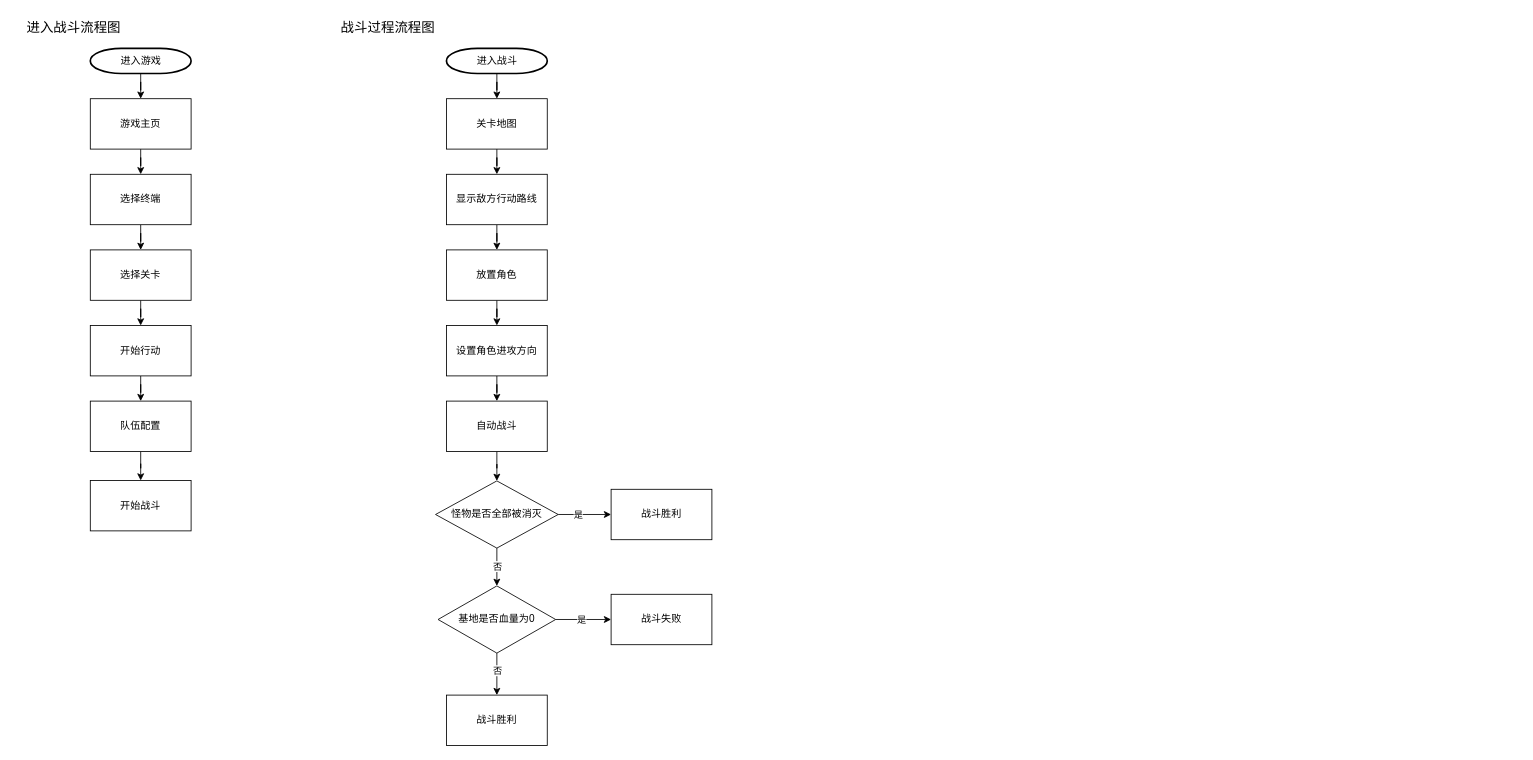
This is page "明日方舟" (2 of 2) of 流程图.drawio from MY-EDOG/MyRepository, a draw.io file, before an edit. Source tidied: cells renumbered, new cells numbered last; positions are measured from the earlier drawing's top-left corner, leaving out a move shared by most shapes. Both pictures are drawn from the tidied source at 84%, with x=0, y=0 at pixel (14, 14).
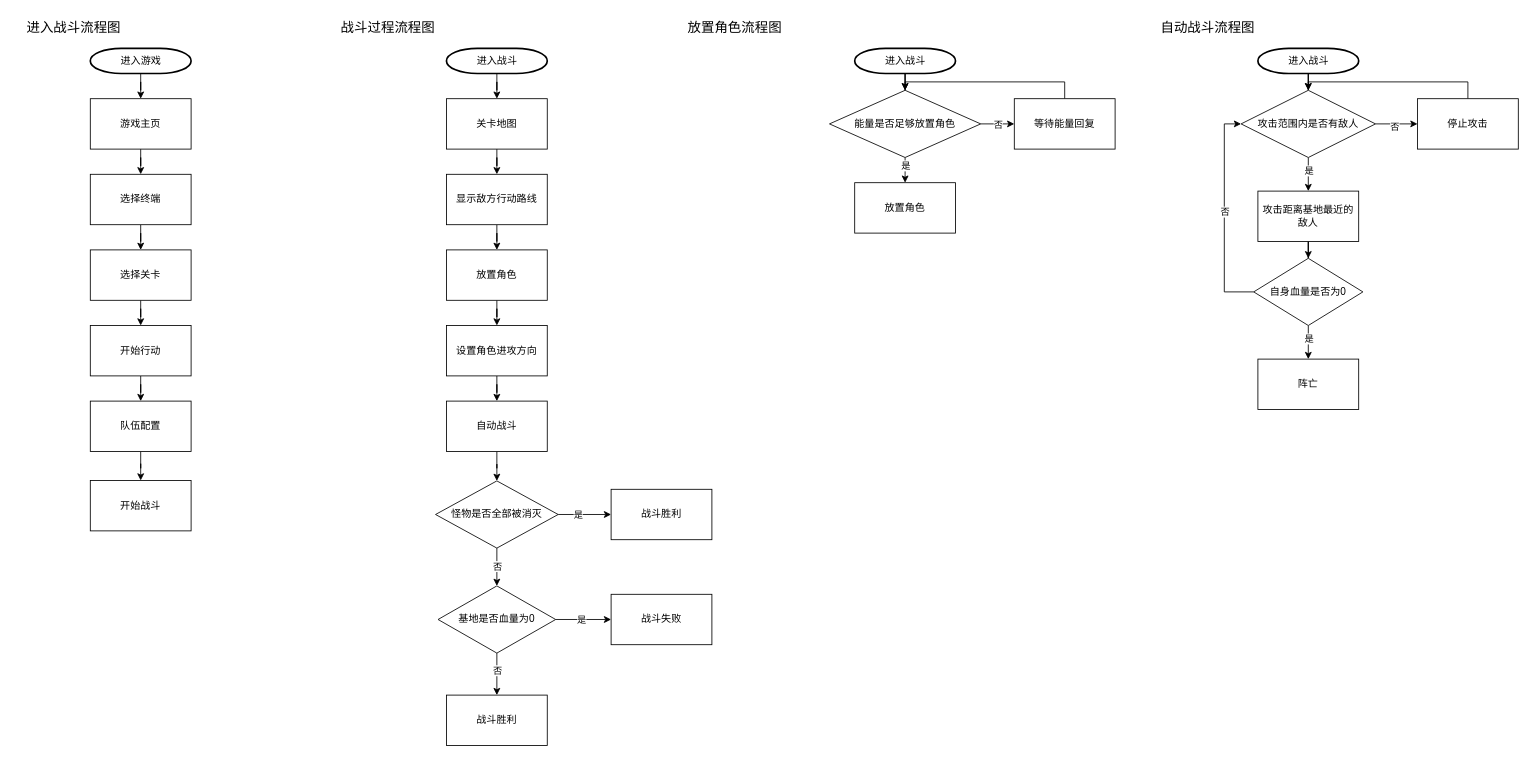
After the change.

Change to the diagram source:
```diff
@@
+    <mxCell id="42" value="放置角色流程图" style="text;html=1;align=center;verticalAlign=middle;strokeColor=none;fillColor=none;fontSize=16;" parent="1" vertex="1">
+      <mxGeometry x="787" width="140" height="30" as="geometry" />
+    </mxCell>
+    <mxCell id="43" style="edgeStyle=orthogonalEdgeStyle;rounded=0;jettySize=auto;html=1;entryX=0.5;entryY=0;entryDx=0;entryDy=0;" parent="1" edge="1" source="44" target="49">
+      <mxGeometry relative="1" as="geometry" />
+    </mxCell>
+    <mxCell id="44" value="进入战斗" style="shape=mxgraph.flowchart.terminator;strokeWidth=2;gradientColor=none;gradientDirection=north;fontStyle=0;html=1;" parent="1" vertex="1">
+      <mxGeometry x="1000" y="40" width="120" height="30" as="geometry" />
+    </mxCell>
+    <mxCell id="45" style="edgeStyle=orthogonalEdgeStyle;rounded=0;jettySize=auto;html=1;entryX=0;entryY=0.5;entryDx=0;entryDy=0;" parent="1" edge="1" source="49" target="51">
+      <mxGeometry relative="1" as="geometry" />
+    </mxCell>
+    <mxCell id="46" value="否" style="edgeLabel;html=1;align=center;verticalAlign=middle;" parent="45" vertex="1">
+      <mxGeometry x="-0.02" relative="1" as="geometry" />
+    </mxCell>
+    <mxCell id="47" style="edgeStyle=orthogonalEdgeStyle;rounded=0;jettySize=auto;html=1;" parent="1" edge="1" source="49">
+      <mxGeometry relative="1" as="geometry">
+        <mxPoint x="1060" y="200" as="targetPoint" />
+      </mxGeometry>
+    </mxCell>
+    <mxCell id="48" value="是" style="edgeLabel;html=1;align=center;verticalAlign=middle;" parent="47" vertex="1">
+      <mxGeometry x="-0.42" relative="1" as="geometry" />
+    </mxCell>
+    <mxCell id="49" value="能量是否足够放置角色" style="rhombus;whiteSpace=wrap;html=1;" parent="1" vertex="1">
+      <mxGeometry x="970" y="90" width="180" height="80" as="geometry" />
+    </mxCell>
+    <mxCell id="50" style="edgeStyle=orthogonalEdgeStyle;rounded=0;jettySize=auto;html=1;entryX=0.5;entryY=0;entryDx=0;entryDy=0;" parent="1" edge="1" source="51" target="49">
+      <mxGeometry relative="1" as="geometry">
+        <Array as="points">
+          <mxPoint x="1250" y="80" />
+          <mxPoint x="1060" y="80" />
+        </Array>
+      </mxGeometry>
+    </mxCell>
+    <mxCell id="51" value="等待能量回复" style="whiteSpace=wrap;html=1;" parent="1" vertex="1">
+      <mxGeometry x="1190" y="100" width="120" height="60" as="geometry" />
+    </mxCell>
+    <mxCell id="52" value="放置角色" style="whiteSpace=wrap;html=1;" parent="1" vertex="1">
+      <mxGeometry x="1000" y="200" width="120" height="60" as="geometry" />
+    </mxCell>
+    <mxCell id="53" value="自动战斗流程图" style="text;html=1;align=center;verticalAlign=middle;strokeColor=none;fillColor=none;fontSize=16;" parent="1" vertex="1">
+      <mxGeometry x="1350" width="140" height="30" as="geometry" />
+    </mxCell>
+    <mxCell id="54" style="edgeStyle=orthogonalEdgeStyle;rounded=0;jettySize=auto;html=1;entryX=0.5;entryY=0;entryDx=0;entryDy=0;" parent="1" edge="1" source="55" target="60">
+      <mxGeometry relative="1" as="geometry" />
+    </mxCell>
+    <mxCell id="55" value="进入战斗" style="shape=mxgraph.flowchart.terminator;strokeWidth=2;gradientColor=none;gradientDirection=north;fontStyle=0;html=1;" parent="1" vertex="1">
+      <mxGeometry x="1480" y="40" width="120" height="30" as="geometry" />
+    </mxCell>
+    <mxCell id="56" style="edgeStyle=orthogonalEdgeStyle;rounded=0;jettySize=auto;html=1;" parent="1" edge="1" source="60">
+      <mxGeometry relative="1" as="geometry">
+        <mxPoint x="1670" y="130" as="targetPoint" />
+      </mxGeometry>
+    </mxCell>
+    <mxCell id="57" value="否" style="edgeLabel;html=1;align=center;verticalAlign=middle;" parent="56" vertex="1">
+      <mxGeometry x="-0.14" y="-3" relative="1" as="geometry" />
+    </mxCell>
+    <mxCell id="58" style="edgeStyle=orthogonalEdgeStyle;rounded=0;jettySize=auto;html=1;entryX=0.5;entryY=0;entryDx=0;entryDy=0;" parent="1" edge="1" source="60" target="64">
+      <mxGeometry relative="1" as="geometry" />
+    </mxCell>
+    <mxCell id="59" value="是" style="edgeLabel;html=1;align=center;verticalAlign=middle;" parent="58" vertex="1">
+      <mxGeometry x="-0.07" y="3" relative="1" as="geometry">
+        <mxPoint x="-3" y="-4" as="offset" />
+      </mxGeometry>
+    </mxCell>
+    <mxCell id="60" value="攻击范围内是否有敌人" style="rhombus;whiteSpace=wrap;html=1;" parent="1" vertex="1">
+      <mxGeometry x="1460" y="90" width="160" height="80" as="geometry" />
+    </mxCell>
+    <mxCell id="61" style="edgeStyle=orthogonalEdgeStyle;rounded=0;jettySize=auto;html=1;entryX=0.5;entryY=0;entryDx=0;entryDy=0;" parent="1" edge="1" source="62" target="60">
+      <mxGeometry relative="1" as="geometry">
+        <Array as="points">
+          <mxPoint x="1730" y="80" />
+          <mxPoint x="1540" y="80" />
+        </Array>
+      </mxGeometry>
+    </mxCell>
+    <mxCell id="62" value="停止攻击" style="whiteSpace=wrap;html=1;" parent="1" vertex="1">
+      <mxGeometry x="1670" y="100" width="120" height="60" as="geometry" />
+    </mxCell>
+    <mxCell id="63" style="edgeStyle=orthogonalEdgeStyle;rounded=0;jettySize=auto;html=1;entryX=0.5;entryY=0;entryDx=0;entryDy=0;" parent="1" edge="1" source="64" target="69">
+      <mxGeometry relative="1" as="geometry" />
+    </mxCell>
+    <mxCell id="64" value="攻击距离基地最近的敌人" style="whiteSpace=wrap;html=1;" parent="1" vertex="1">
+      <mxGeometry x="1480" y="210" width="120" height="60" as="geometry" />
+    </mxCell>
+    <mxCell id="65" style="edgeStyle=orthogonalEdgeStyle;rounded=0;jettySize=auto;html=1;entryX=0.5;entryY=0;entryDx=0;entryDy=0;" parent="1" edge="1" source="69" target="70">
+      <mxGeometry relative="1" as="geometry" />
+    </mxCell>
+    <mxCell id="66" value="是" style="edgeLabel;html=1;align=center;verticalAlign=middle;" parent="65" vertex="1">
+      <mxGeometry x="-0.26" relative="1" as="geometry" />
+    </mxCell>
+    <mxCell id="67" style="edgeStyle=orthogonalEdgeStyle;rounded=0;jettySize=auto;html=1;entryX=0;entryY=0.5;entryDx=0;entryDy=0;" parent="1" edge="1" source="69" target="60">
+      <mxGeometry relative="1" as="geometry">
+        <Array as="points">
+          <mxPoint x="1440" y="330" />
+          <mxPoint x="1440" y="130" />
+        </Array>
+      </mxGeometry>
+    </mxCell>
+    <mxCell id="68" value="否" style="edgeLabel;html=1;align=center;verticalAlign=middle;" parent="67" vertex="1">
+      <mxGeometry x="0.03" relative="1" as="geometry" />
+    </mxCell>
+    <mxCell id="69" value="自身血量是否为0" style="rhombus;whiteSpace=wrap;html=1;" parent="1" vertex="1">
+      <mxGeometry x="1475" y="290" width="130" height="80" as="geometry" />
+    </mxCell>
+    <mxCell id="70" value="阵亡" style="whiteSpace=wrap;html=1;" parent="1" vertex="1">
+      <mxGeometry x="1480" y="410" width="120" height="60" as="geometry" />
+    </mxCell>
```
